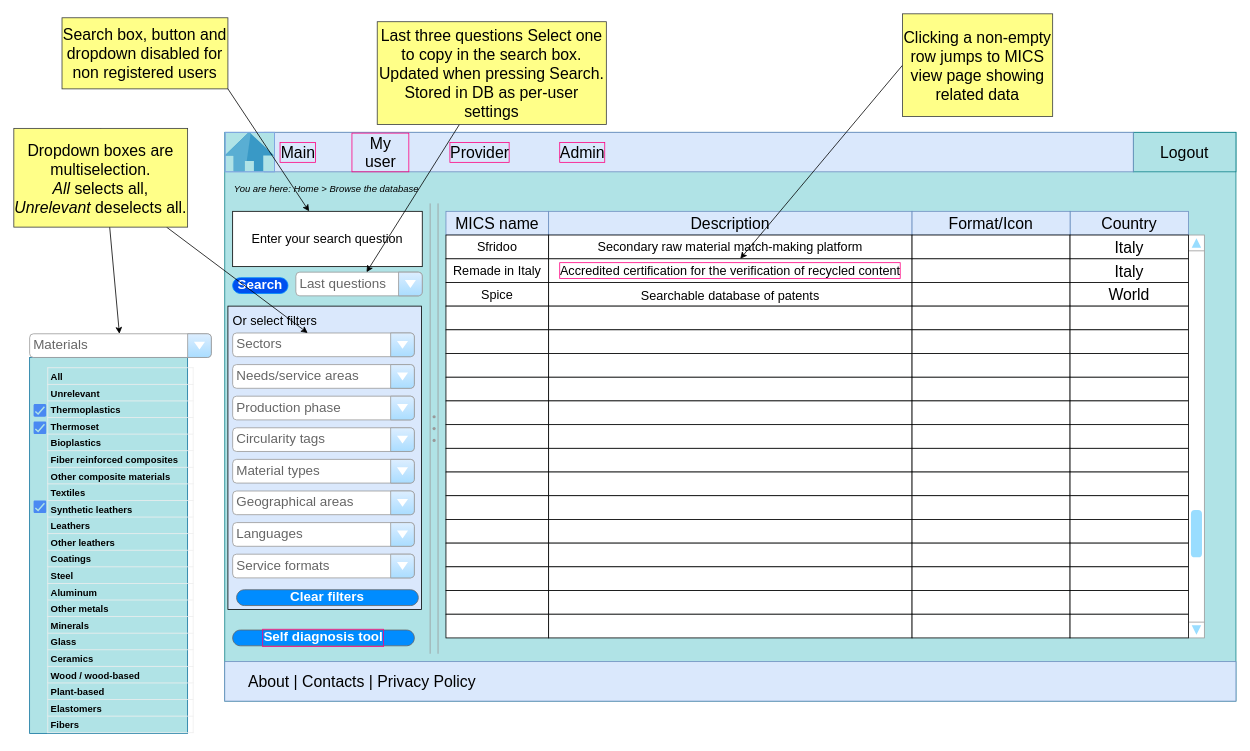
giuseppe-r2m/mics-finder keeps this draw.io diagram as page "Database navigation" (4 of 18) of IDP048 UI.drawio.xml. Above is the earlier version. Source tidied: cells renumbered, new cells numbered last; positions are measured from the earlier drawing's top-left corner, leaving out a move shared by most shapes. Both pictures are drawn from the tidied source at 79%, with x=0, y=0 at pixel (13, 13).
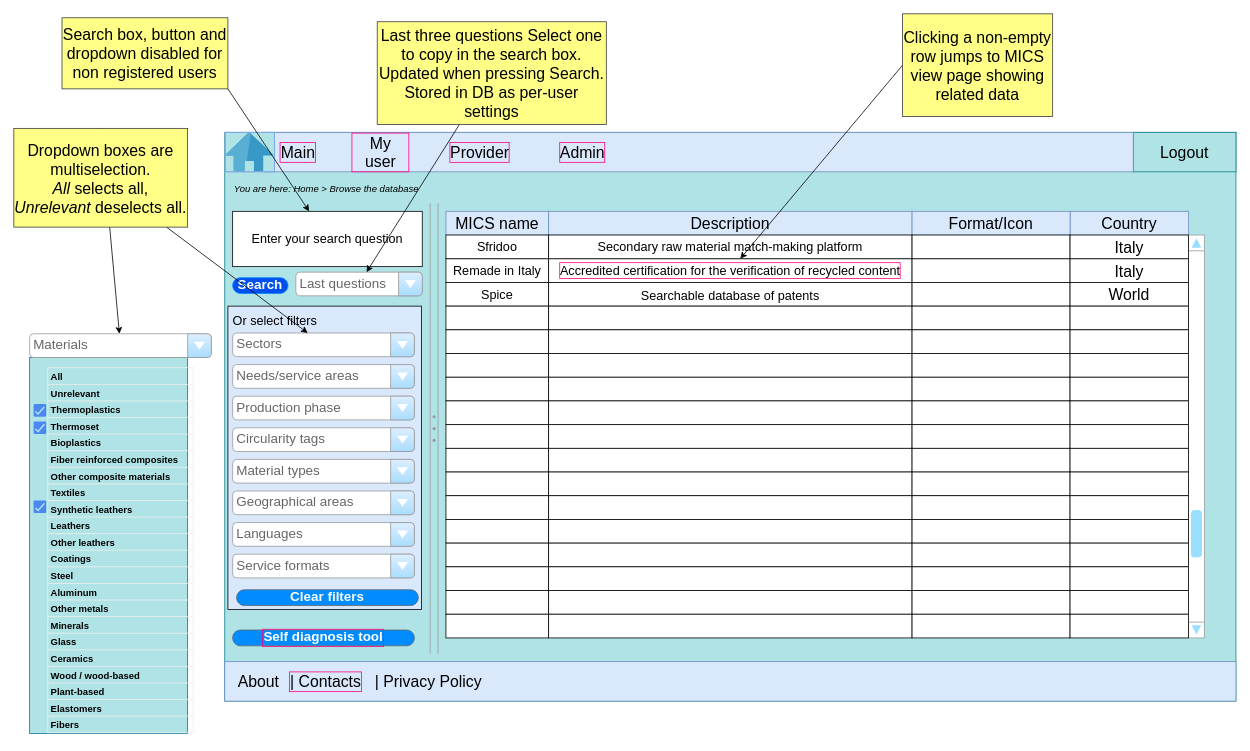
Above is the later version.

The change refers to these unchanged cells:
```xml
<mxCell id="3" style="group;" parent="1" vertex="1">
  <mxGeometry x="267" y="150" width="1280" height="720" as="geometry" />
</mxCell>
```

What changed in the source:
```diff
@@
-    <mxCell id="6" value="&lt;p style=&quot;line-height: 1.2; margin-top: 0pt; margin-bottom: 0pt; font-size: 20px;&quot; dir=&quot;ltr&quot;&gt;&lt;/p&gt;&lt;div style=&quot;font-size: 20px;&quot;&gt;&lt;/div&gt;&lt;span style=&quot;font-size: 20px; font-family: Arial; background-color: transparent; font-variant-numeric: normal; font-variant-east-asian: normal; vertical-align: baseline;&quot;&gt;&amp;nbsp; &amp;nbsp; &amp;nbsp;About | Contacts | Privacy Policy&amp;nbsp; &amp;nbsp; &amp;nbsp; &amp;nbsp; &amp;nbsp; &amp;nbsp; &amp;nbsp; &amp;nbsp; &amp;nbsp; &amp;nbsp; &amp;nbsp; &amp;nbsp; &amp;nbsp; &amp;nbsp; &amp;nbsp; &amp;nbsp; &amp;nbsp; &amp;nbsp; &amp;nbsp; &amp;nbsp; &amp;nbsp; &amp;nbsp;&amp;nbsp;&lt;/span&gt;&lt;span id=&quot;docs-internal-guid-0b179710-7fff-e899-2973-4397c5c14d87&quot; style=&quot;font-size: 20px;&quot;&gt;&lt;/span&gt;" style="rounded=0;whiteSpace=wrap;html=1;fontSize=20;align=left;fillColor=#dae8fc;strokeColor=#6c8ebf;" parent="3" vertex="1">
+    <mxCell id="6" value="&lt;p style=&quot;line-height: 1.2; margin-top: 0pt; margin-bottom: 0pt; font-size: 20px;&quot; dir=&quot;ltr&quot;&gt;&lt;/p&gt;&lt;div style=&quot;font-size: 20px;&quot;&gt;&lt;/div&gt;&lt;font face=&quot;Arial&quot;&gt;&amp;nbsp;&lt;/font&gt;&lt;br&gt;&lt;span id=&quot;docs-internal-guid-0b179710-7fff-e899-2973-4397c5c14d87&quot; style=&quot;font-size: 20px;&quot;&gt;&lt;/span&gt;" style="rounded=0;whiteSpace=wrap;html=1;fontSize=20;align=left;fillColor=#dae8fc;strokeColor=#6c8ebf;" parent="3" vertex="1">
       <mxGeometry y="670" width="1280" height="50" as="geometry" />
     </mxCell>
@@
+    <mxCell id="133" value="&lt;font style=&quot;font-size: 20px;&quot;&gt;About&lt;/font&gt;" style="text;html=1;strokeColor=none;fillColor=none;align=center;verticalAlign=middle;whiteSpace=wrap;rounded=0;fontSize=16;" parent="3" vertex="1">
+      <mxGeometry x="13" y="680" width="60" height="30" as="geometry" />
+    </mxCell>
+    <mxCell id="134" value="&lt;font style=&quot;font-size: 20px;&quot;&gt;| Contacts&lt;/font&gt;" style="text;html=1;strokeColor=none;fillColor=none;align=center;verticalAlign=middle;whiteSpace=wrap;rounded=0;fontSize=16;labelBorderColor=#FF0080;" parent="3" vertex="1">
+      <mxGeometry x="63" y="680" width="130" height="30" as="geometry" />
+    </mxCell>
+    <mxCell id="135" value="&lt;font style=&quot;font-size: 20px;&quot;&gt;| Privacy Policy&lt;/font&gt;" style="text;html=1;strokeColor=none;fillColor=none;align=center;verticalAlign=middle;whiteSpace=wrap;rounded=0;fontSize=16;" parent="3" vertex="1">
+      <mxGeometry x="173" y="680" width="170" height="30" as="geometry" />
+    </mxCell>
```
